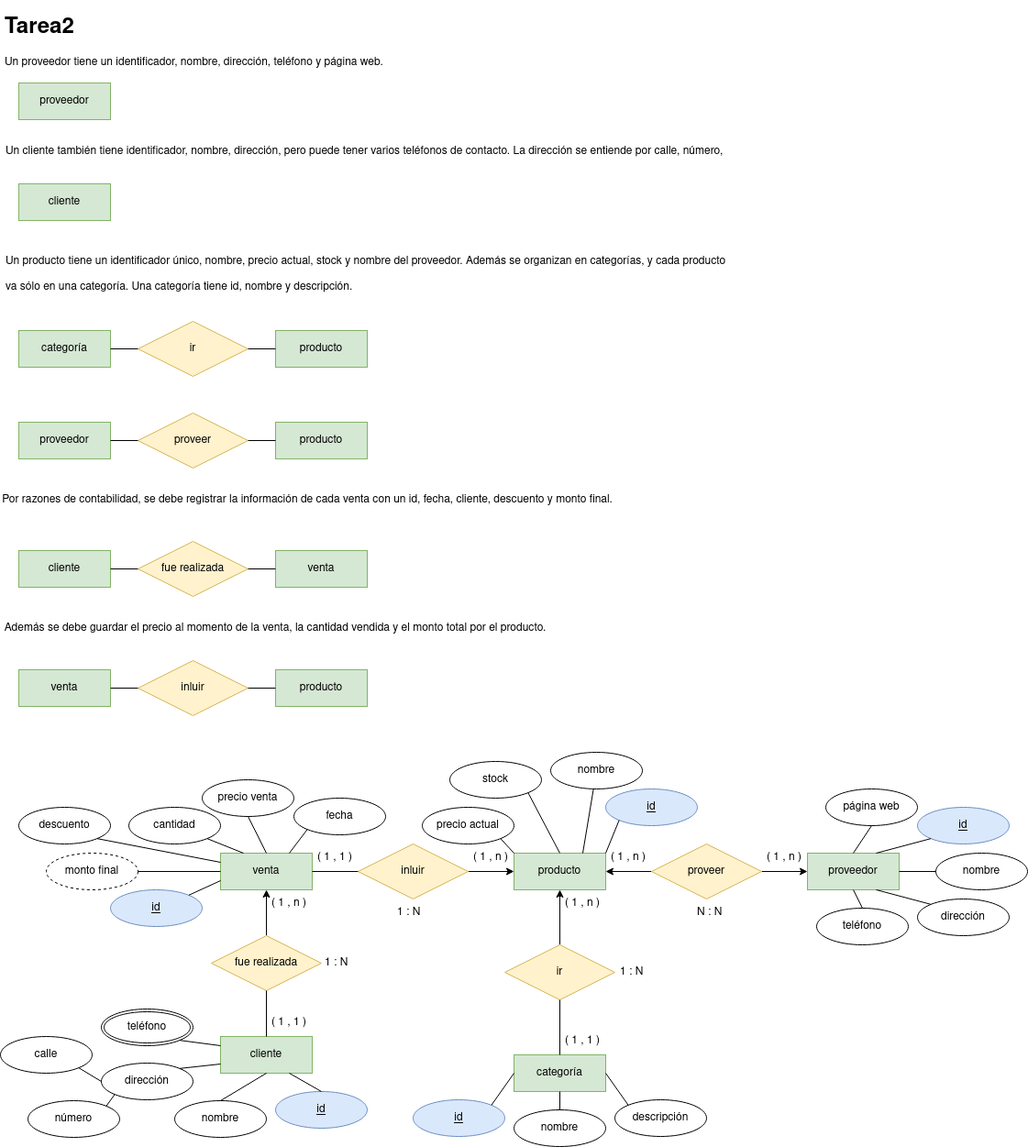
javigh193/bae keeps this draw.io diagram as tareasER/tarea2.png. Above is the earlier version. Source tidied: cells renumbered, new cells last; positions are measured from the earlier drawing's top-left corner, leaving out a move shared by most shapes.
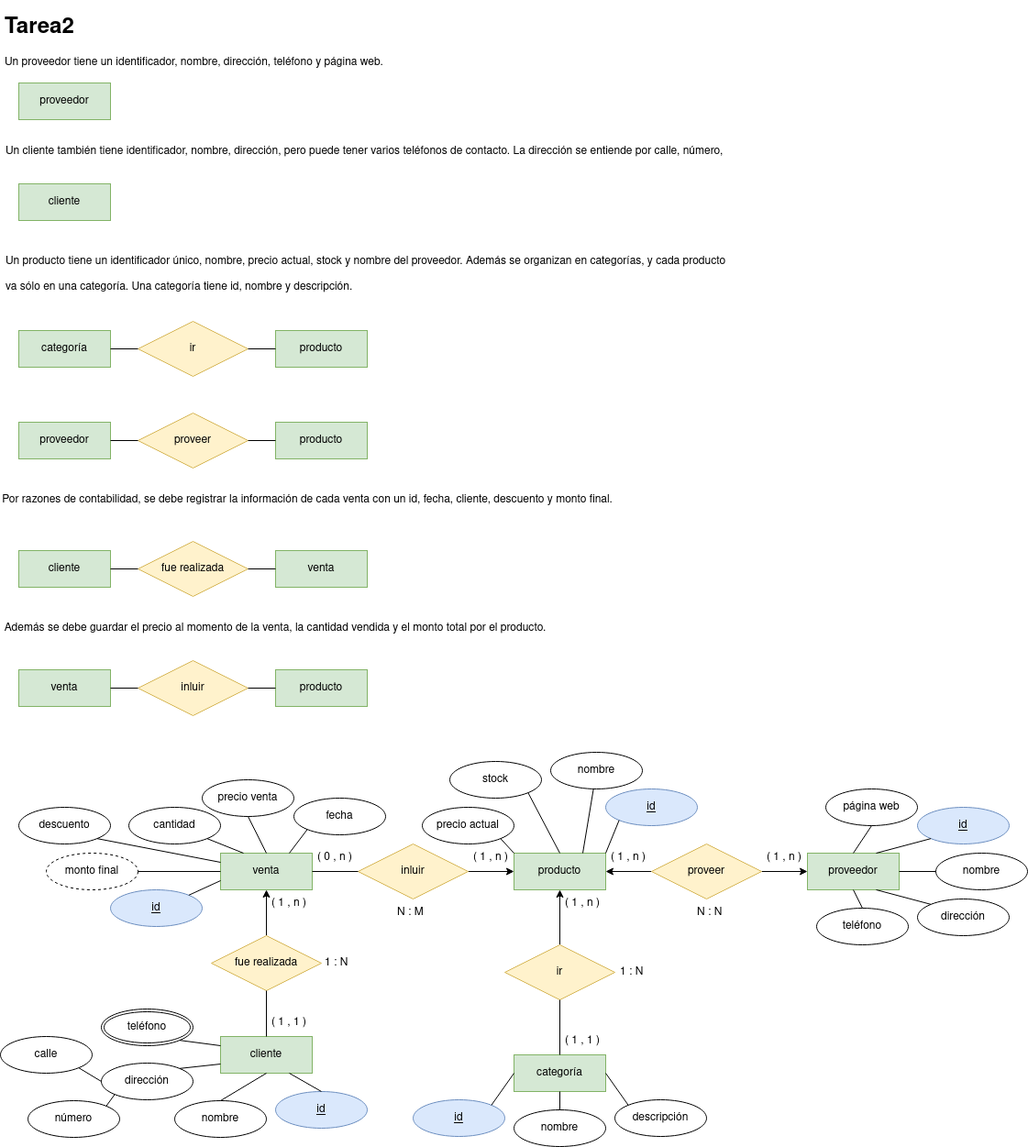
The same file after the commit.

The edit, as a diff of the source:
```diff
@@ -284,7 +284,7 @@
     <mxCell id="95" value="( 1 , 1 )" style="text;strokeColor=none;fillColor=none;spacingLeft=4;spacingRight=4;overflow=hidden;fontSize=12;" parent="1" vertex="1">
       <mxGeometry x="610" y="1110" width="50" height="30" as="geometry" />
     </mxCell>
-    <mxCell id="96" value="( 1 , 1 )" style="text;strokeColor=none;fillColor=none;spacingLeft=4;spacingRight=4;overflow=hidden;fontSize=12;" parent="1" vertex="1">
+    <mxCell id="96" value="( 0 , n )" style="text;strokeColor=none;fillColor=none;spacingLeft=4;spacingRight=4;overflow=hidden;fontSize=12;" parent="1" vertex="1">
       <mxGeometry x="340" y="910" width="50" height="30" as="geometry" />
     </mxCell>
     <mxCell id="97" value="( 1 , n )" style="text;strokeColor=none;fillColor=none;spacingLeft=4;spacingRight=4;overflow=hidden;fontSize=12;" parent="1" vertex="1">
@@ -308,7 +308,7 @@
     <mxCell id="103" value="1 : N" style="text;strokeColor=none;fillColor=none;spacingLeft=4;spacingRight=4;overflow=hidden;fontSize=12;" parent="1" vertex="1">
       <mxGeometry x="670" y="1035" width="46" height="30" as="geometry" />
     </mxCell>
-    <mxCell id="104" value="1 : N" style="text;strokeColor=none;fillColor=none;spacingLeft=4;spacingRight=4;overflow=hidden;fontSize=12;" parent="1" vertex="1">
+    <mxCell id="104" value="N : M" style="text;strokeColor=none;fillColor=none;spacingLeft=4;spacingRight=4;overflow=hidden;fontSize=12;" parent="1" vertex="1">
       <mxGeometry x="427" y="970" width="46" height="30" as="geometry" />
     </mxCell>
     <mxCell id="105" value="N : N" style="text;strokeColor=none;fillColor=none;spacingLeft=4;spacingRight=4;overflow=hidden;fontSize=12;" parent="1" vertex="1">
```
